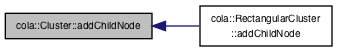
Earlier version of the Graphviz export documentation/classcola_1_1Cluster_a830df170a6348485572b46f37e04fd0a_icgraph.png (mjwybrow/adaptagrams). Its source is kept beside it as documentation/classcola_1_1Cluster_a830df170a6348485572b46f37e04fd0a_icgraph.dot.
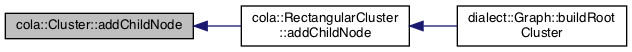
Later version of the same file.

The edit, as a diff of the source:
```diff
@@ -3,7 +3,9 @@
   edge [fontname="Helvetica",fontsize="10",labelfontname="Helvetica",labelfontsize="10"];
   node [fontname="Helvetica",fontsize="10",shape=record];
   rankdir="LR";
-  Node3 [label="cola::Cluster::addChildNode",height=0.2,width=0.4,color="black", fillcolor="grey75", style="filled", fontcolor="black"];
-  Node3 -> Node4 [dir="back",color="midnightblue",fontsize="10",style="solid",fontname="Helvetica"];
-  Node4 [label="cola::RectangularCluster\l::addChildNode",height=0.2,width=0.4,color="black", fillcolor="white", style="filled",URL="$classcola_1_1RectangularCluster.html#a911163cd00e56a7d9d45620943db97a6",tooltip="Mark a rectangle as being a child of this cluster. "];
+  Node4 [label="cola::Cluster::addChildNode",height=0.2,width=0.4,color="black", fillcolor="grey75", style="filled", fontcolor="black"];
+  Node4 -> Node5 [dir="back",color="midnightblue",fontsize="10",style="solid",fontname="Helvetica"];
+  Node5 [label="cola::RectangularCluster\l::addChildNode",height=0.2,width=0.4,color="black", fillcolor="white", style="filled",URL="$classcola_1_1RectangularCluster.html#a911163cd00e56a7d9d45620943db97a6",tooltip="Mark a rectangle as being a child of this cluster. "];
+  Node5 -> Node6 [dir="back",color="midnightblue",fontsize="10",style="solid",fontname="Helvetica"];
+  Node6 [label="dialect::Graph::buildRoot\lCluster",height=0.2,width=0.4,color="black", fillcolor="white", style="filled",URL="$classdialect_1_1Graph.html#ab51e05d72e5bc537e4e86b37793286b1",tooltip="Build a cola::RootCluster based on the node clusters specified in a ColaOptions object. "];
 }
```
